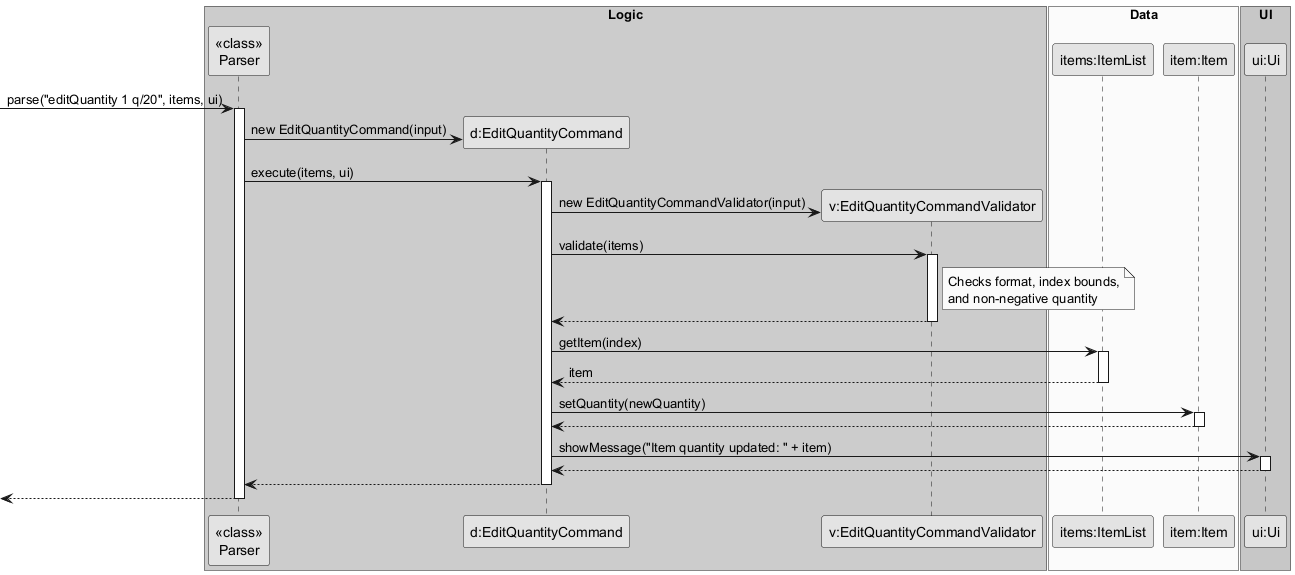
Before: docs/diagrams/EditQuantityCommandSequenceDiagram.png, a diagram exported from PlantUML (fmohamedfaras/tp). Its diagram source:
```plantuml
@startuml
skinparam monochrome true
skinparam shadowing false

box "Logic" #LightBlue
participant "<<class>>\nParser" as Parser
participant "d:EditQuantityCommand" as EditQuantityCommand
participant "v:EditQuantityCommandValidator" as EditQuantityCommandValidator
end box

box "Data" #LightYellow
participant "items:ItemList" as ItemList
participant "item:Item" as Item
end box

box "UI" #LightGreen
participant "ui:Ui" as Ui
end box

-> Parser : parse("editQuantity 1 q/20", items, ui)
activate Parser

create EditQuantityCommand
Parser -> EditQuantityCommand : new EditQuantityCommand(input)

Parser -> EditQuantityCommand : execute(items, ui)
activate EditQuantityCommand

create EditQuantityCommandValidator
EditQuantityCommand -> EditQuantityCommandValidator : new EditQuantityCommandValidator(input)

EditQuantityCommand -> EditQuantityCommandValidator : validate(items)
activate EditQuantityCommandValidator
note right of EditQuantityCommandValidator
  Checks format, index bounds,
  and non-negative quantity
end note
EditQuantityCommandValidator --> EditQuantityCommand
deactivate EditQuantityCommandValidator

EditQuantityCommand -> ItemList : getItem(index)
activate ItemList
ItemList --> EditQuantityCommand : item
deactivate ItemList

EditQuantityCommand -> Item : setQuantity(newQuantity)
activate Item
Item --> EditQuantityCommand
deactivate Item

EditQuantityCommand -> Ui : showMessage("Item quantity updated: " + item)
activate Ui
Ui --> EditQuantityCommand
deactivate Ui

EditQuantityCommand --> Parser
deactivate EditQuantityCommand

<-- Parser
deactivate Parser

@enduml
```
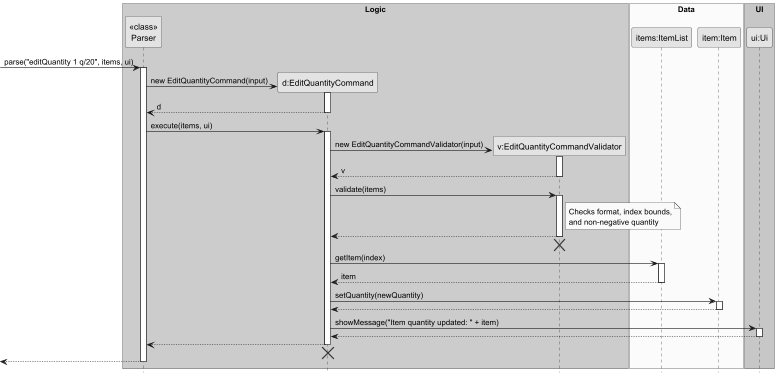
Above is the later version.

The edit, as a diff of the source:
```diff
@@ -1,6 +1,7 @@
 @startuml
 skinparam monochrome true
 skinparam shadowing false
+hide footbox
 
 box "Logic" #LightBlue
 participant "<<class>>\nParser" as Parser
@@ -22,12 +23,18 @@
 
 create EditQuantityCommand
 Parser -> EditQuantityCommand : new EditQuantityCommand(input)
+activate EditQuantityCommand
+EditQuantityCommand --> Parser : d
+deactivate EditQuantityCommand
 
 Parser -> EditQuantityCommand : execute(items, ui)
 activate EditQuantityCommand
 
 create EditQuantityCommandValidator
 EditQuantityCommand -> EditQuantityCommandValidator : new EditQuantityCommandValidator(input)
+activate EditQuantityCommandValidator
+EditQuantityCommandValidator --> EditQuantityCommand : v
+deactivate EditQuantityCommandValidator
 
 EditQuantityCommand -> EditQuantityCommandValidator : validate(items)
 activate EditQuantityCommandValidator
@@ -37,6 +44,8 @@
 end note
 EditQuantityCommandValidator --> EditQuantityCommand
 deactivate EditQuantityCommandValidator
+EditQuantityCommandValidator -[hidden]-> EditQuantityCommand
+destroy EditQuantityCommandValidator
 
 EditQuantityCommand -> ItemList : getItem(index)
 activate ItemList
@@ -55,6 +64,8 @@
 
 EditQuantityCommand --> Parser
 deactivate EditQuantityCommand
+EditQuantityCommand -[hidden]-> Parser
+destroy EditQuantityCommand
 
 <-- Parser
 deactivate Parser
```
